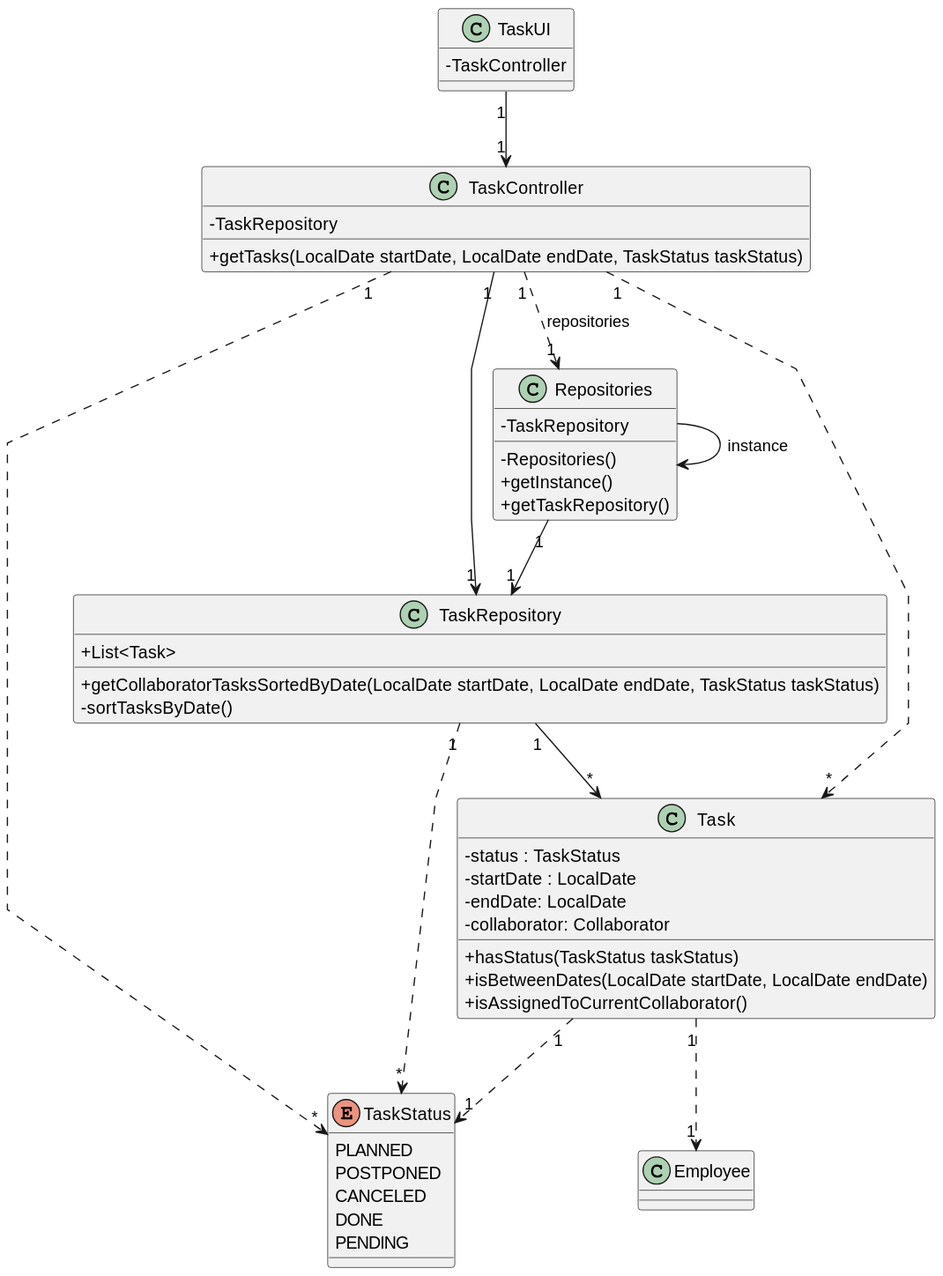
This is docs/sprintC/US028/03.design/svg/us028-class-diagram.svg from LopemigueISEP/lei-24-s2-1nb-g312, a PlantUML export, as it was before one commit.
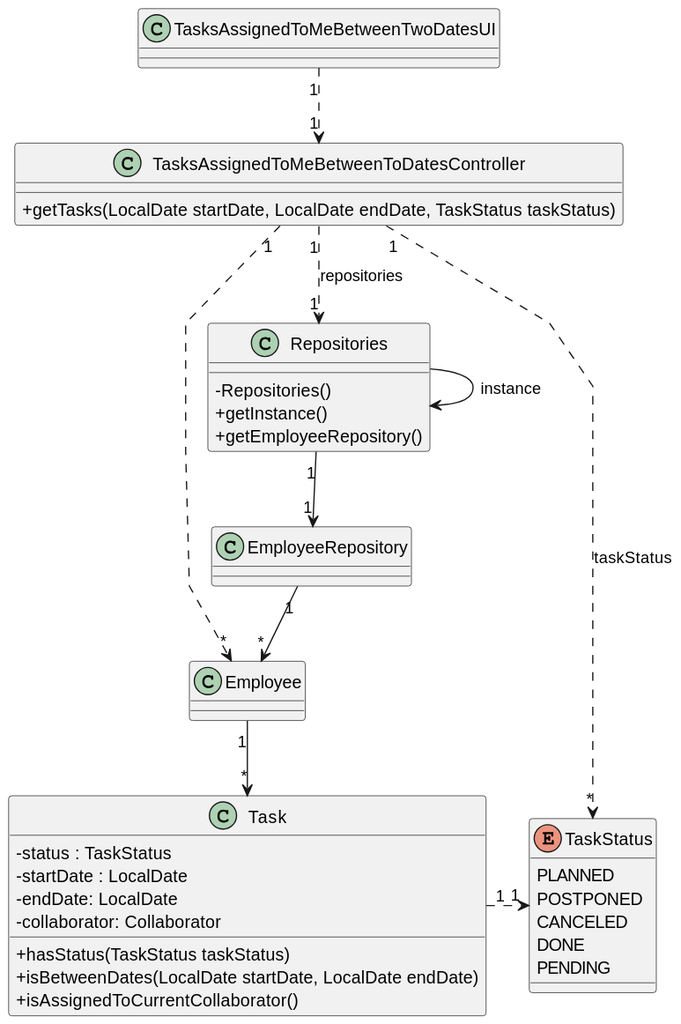
The same file after the commit.

What changed in the source:
```diff
@@ -5,26 +5,26 @@
 skinparam classAttributeIconSize 0
 
 
-class TaskUI {
-    -TaskController
+class TasksAssignedToMeBetweenTwoDatesUI {
+
 }
 
-class TaskController {
-    -TaskRepository
+
+class TasksAssignedToMeBetweenToDatesController {
+
+
     +getTasks(LocalDate startDate, LocalDate endDate, TaskStatus taskStatus)
+
 }
 
 class Repositories {
-    -TaskRepository
     -Repositories()
     +getInstance()
-    +getTaskRepository()
+    +getEmployeeRepository()
 }
 
-class TaskRepository {
-    +List<Task>
-    +getCollaboratorTasksSortedByDate(LocalDate startDate, LocalDate endDate, TaskStatus taskStatus)
-    -sortTasksByDate()
+class EmployeeRepository {
+
 }
 
 class Task {
@@ -48,15 +48,14 @@
 class Employee {
 }
 
-TaskUI "1" --> "1" TaskController
-TaskController "1" ..> "1" Repositories: repositories
-TaskController "1" --> "1" TaskRepository
-TaskController "1" ..> "*" Task
-TaskController "1" ..> "*" TaskStatus
+TasksAssignedToMeBetweenTwoDatesUI "1" ..> "1" TasksAssignedToMeBetweenToDatesController
+TasksAssignedToMeBetweenToDatesController "1" ..> "1" Repositories: repositories
+
+TasksAssignedToMeBetweenToDatesController "1" .> "*" Employee
+TasksAssignedToMeBetweenToDatesController "1" .> "*" TaskStatus: taskStatus
 Repositories --> Repositories: instance
-Repositories "1" --> "1" TaskRepository
-TaskRepository "1" ..> "*" TaskStatus
-TaskRepository "1" --> "*" Task
-Task "1" ..> "1" TaskStatus
-Task "1" ..> "1" Employee
+Repositories "1" --> "1" EmployeeRepository
+EmployeeRepository "1" --> "*" Employee
+Employee "1" --> "*" Task
+Task "1" .> "1" TaskStatus
 @enduml
```
